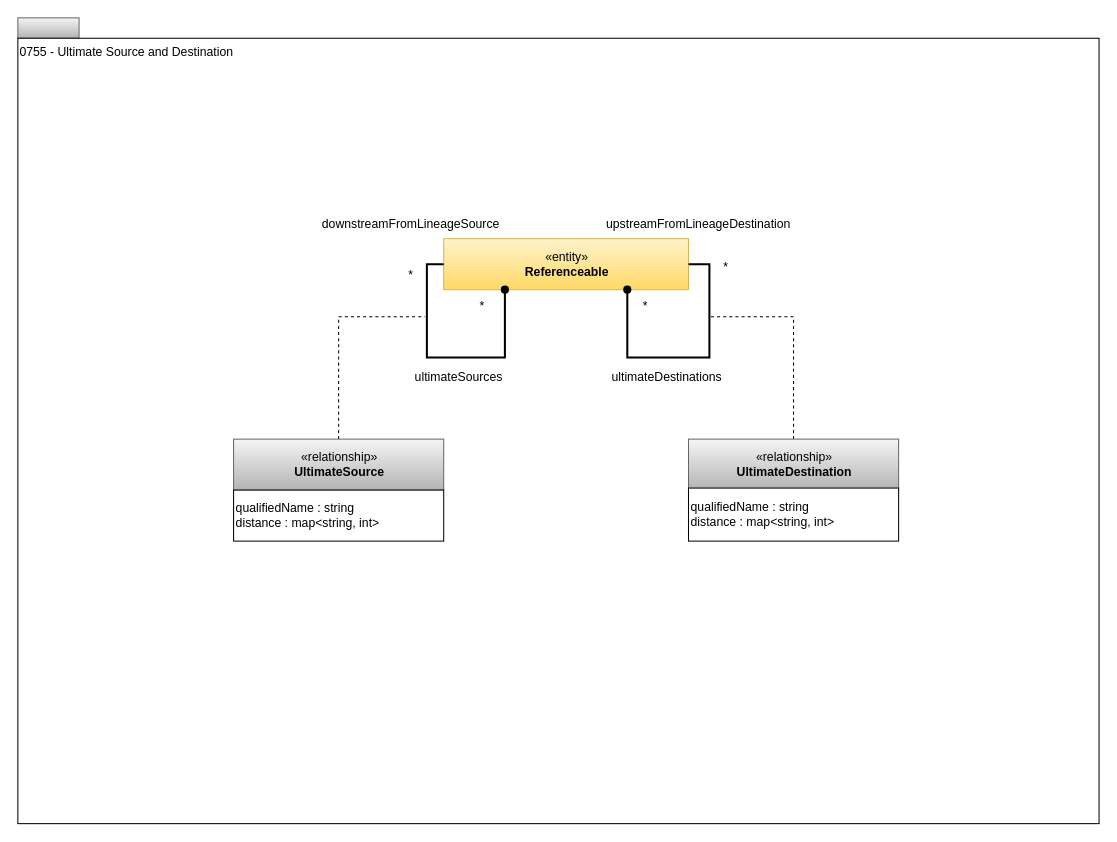
Earlier version of the draw.io diagram page "0755-Ultimate-Source-Destination" (12 of 17) of site/docs/types/7/area-7-lineage.drawio (odpi/egeria-docs). Source tidied: cells renumbered, new cells numbered last; positions are measured from the earlier drawing's top-left corner, leaving out a move shared by most shapes. Both pictures are drawn from the tidied source at 102%, with x=0, y=0 at pixel (17, 17).
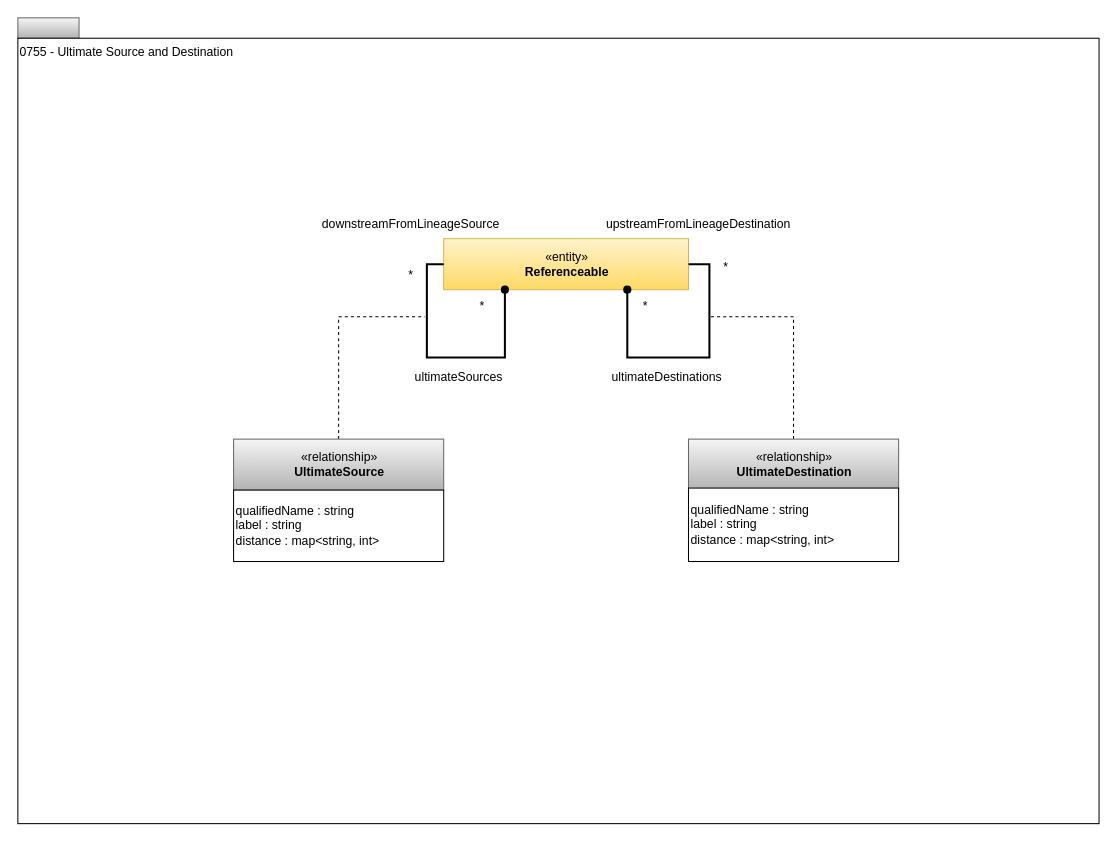
Above is the later version.

Diff of the diagram source:
```diff
@@
-    <mxCell id="6" value="qualifiedName : string&lt;br&gt;distance : map&amp;lt;string, int&amp;gt;" style="rounded=0;whiteSpace=wrap;html=1;strokeColor=#000000;gradientColor=#ffffff;align=left;" parent="1" vertex="1">
-      <mxGeometry x="211.5" y="463" width="206" height="50" as="geometry" />
+    <mxCell id="6" value="qualifiedName : string&lt;div&gt;label : string&lt;br&gt;distance : map&amp;lt;string, int&amp;gt;&lt;/div&gt;" style="rounded=0;whiteSpace=wrap;html=1;strokeColor=#000000;gradientColor=#ffffff;align=left;" parent="1" vertex="1">
+      <mxGeometry x="211.5" y="463" width="206" height="70" as="geometry" />
     </mxCell>
@@
-    <mxCell id="14" value="qualifiedName : string&lt;br&gt;distance : map&amp;lt;string, int&amp;gt;" style="rounded=0;whiteSpace=wrap;html=1;strokeColor=#000000;gradientColor=#ffffff;align=left;" parent="1" vertex="1">
-      <mxGeometry x="657.5" y="461" width="206" height="52" as="geometry" />
+    <mxCell id="14" value="qualifiedName : string&lt;br&gt;label : string&lt;br&gt;distance : map&amp;lt;string, int&amp;gt;" style="rounded=0;whiteSpace=wrap;html=1;strokeColor=#000000;gradientColor=#ffffff;align=left;" parent="1" vertex="1">
+      <mxGeometry x="657.5" y="461" width="206" height="72" as="geometry" />
     </mxCell>
```
